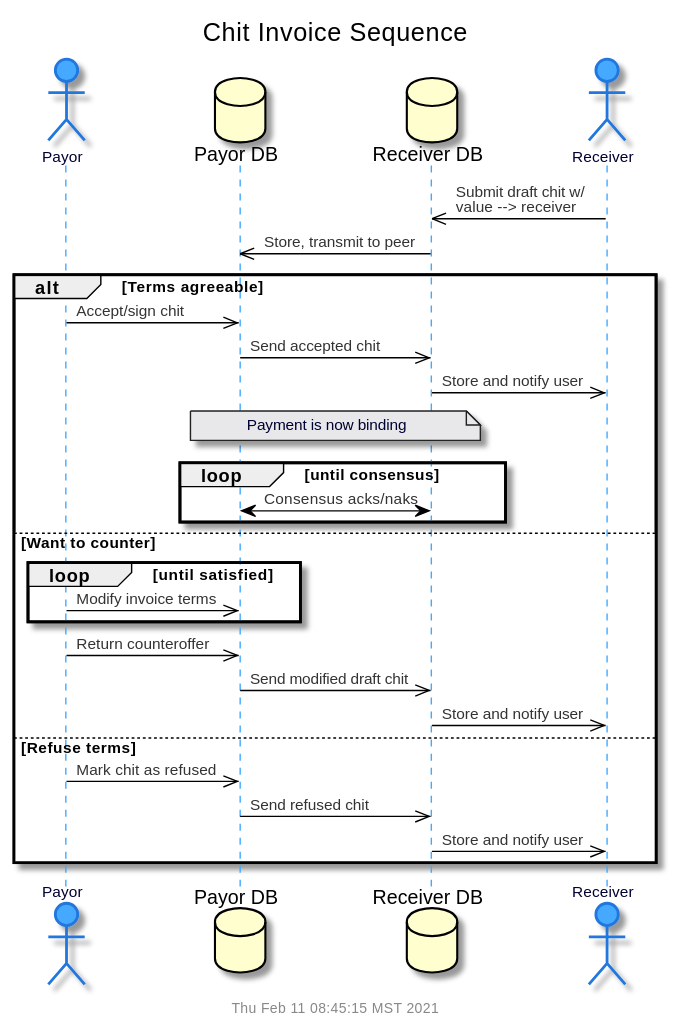
Above: doc/uml/seq-chit-inv.svg in gotchoices/MyCHIPs (PlantUML), before the change. The source it was exported from:
```plantuml
@startuml
!include common.puml
$title(Chit Invoice Sequence)
actor "Payor" as pay
database "Payor DB" as payDB
database "Receiver DB" as recDB
actor "Receiver" as rec

rec	->>	recDB:		Submit draft chit w/\nvalue --> receiver
recDB	->>	payDB:		Store, transmit to peer

alt Terms agreeable
 pay	->>	payDB:		Accept/sign chit
 payDB	->>	recDB:		Send accepted chit
 recDB	->>	rec:		Store and notify user
 note over payDB, recDB
   Payment is now binding
 end note
loop until consensus
 payDB	<->	recDB:		Consensus acks/naks
end loop

else Want to counter
 loop until satisfied
  pay	->>	payDB:		Modify invoice terms
 end loop
 pay	->>	payDB:		Return counteroffer
 payDB	->>	recDB:		Send modified draft chit
 recDB	->>	rec:		Store and notify user

else Refuse terms
 pay	->>	payDB:		Mark chit as refused
 payDB	->>	recDB:		Send refused chit
 recDB	->>	rec:		Store and notify user
end

@enduml
```
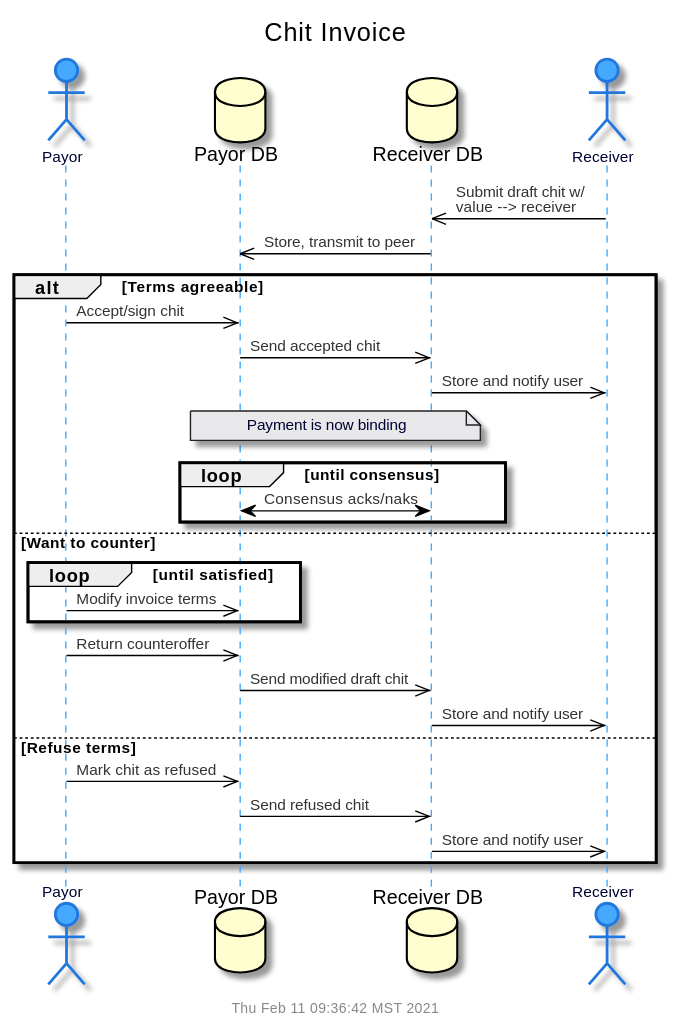
The same file after the commit.

The edit, as a diff of the source:
```diff
@@ -1,6 +1,6 @@
 @startuml
 !include common.puml
-$title(Chit Invoice Sequence)
+$title(Chit Invoice)
 actor "Payor" as pay
 database "Payor DB" as payDB
 database "Receiver DB" as recDB
```
